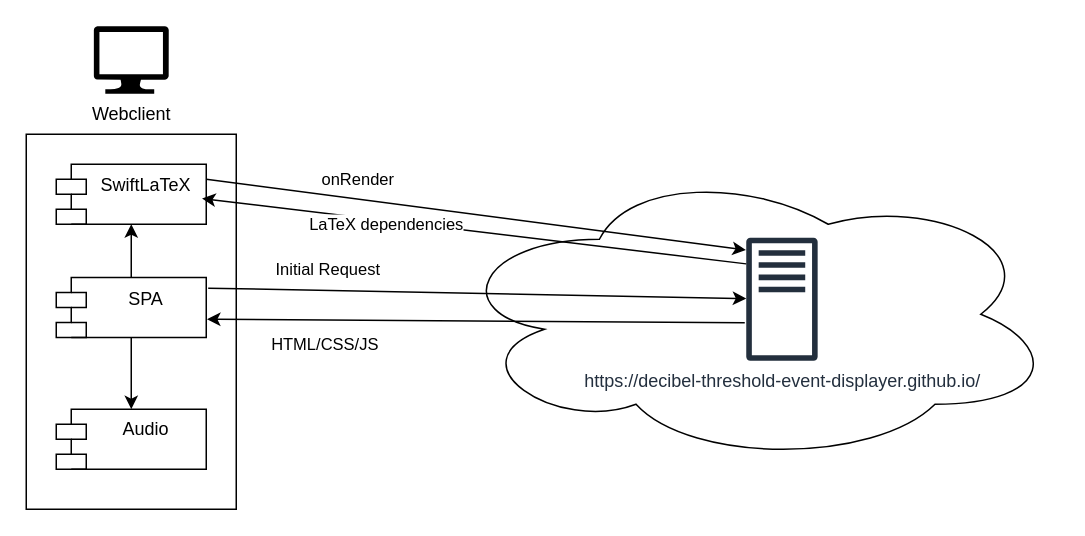
Above: doc/assets/high_level_architecturedrawio.drawio in decibel-threshold-event-displayer/decibel-threshold-event-displayer (draw.io), before the change. Source tidied: cells renumbered, new cells numbered last; positions are measured from the earlier drawing's top-left corner, leaving out a move shared by most shapes. Both pictures are drawn from the tidied source at 150%, with x=0, y=0 at pixel (26, 26).
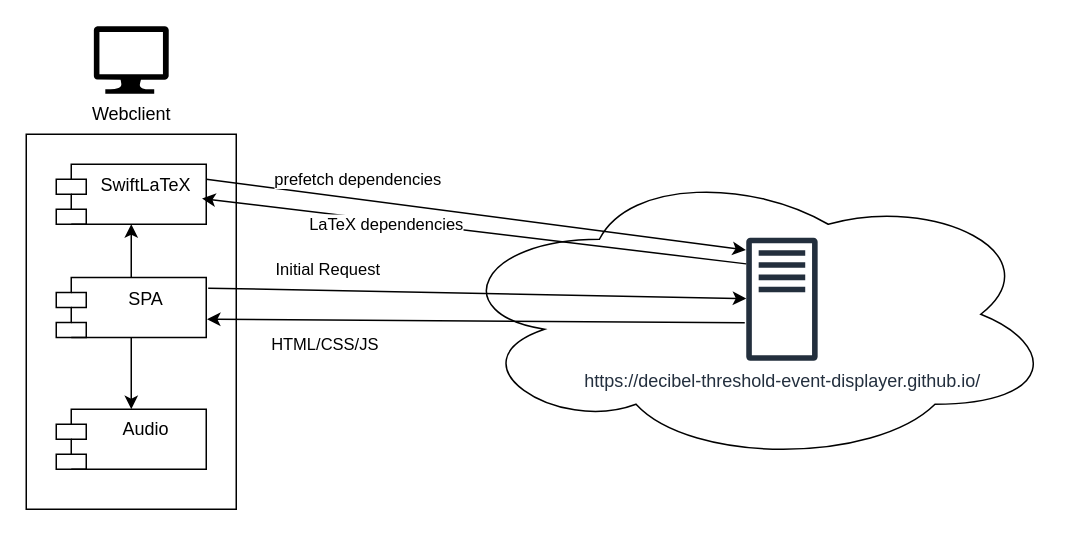
The same diagram, later.

The edit, as a diff of the source:
```diff
@@
 <mxGraphModel>
   <root>
     <mxCell id="0" />
     <mxCell id="1" parent="0" />
     <mxCell id="2" style="group;" parent="1" vertex="1">
       <mxGeometry y="42" width="140" height="280" as="geometry" />
     </mxCell>
     <mxCell id="3" style="rounded=0;whiteSpace=wrap;html=1;" parent="2" vertex="1">
       <mxGeometry y="30" width="140" height="250" as="geometry" />
     </mxCell>
     <mxCell id="4" value="SwiftLaTeX" style="shape=module;align=left;spacingLeft=20;align=center;verticalAlign=top;whiteSpace=wrap;html=1;" parent="2" vertex="1">
       <mxGeometry x="20" y="50" width="100" height="40" as="geometry" />
     </mxCell>
     <mxCell id="5" style="edgeStyle=orthogonalEdgeStyle;rounded=0;jettySize=auto;html=1;" parent="2" edge="1" source="7" target="4">
       <mxGeometry relative="1" as="geometry" />
     </mxCell>
     <mxCell id="6" style="edgeStyle=orthogonalEdgeStyle;rounded=0;jettySize=auto;html=1;" parent="2" edge="1" source="7" target="8">
       <mxGeometry relative="1" as="geometry" />
     </mxCell>
     <mxCell id="7" value="SPA" style="shape=module;align=left;spacingLeft=20;align=center;verticalAlign=top;whiteSpace=wrap;html=1;" parent="2" vertex="1">
       <mxGeometry x="20" y="125.5" width="100" height="40" as="geometry" />
     </mxCell>
     <mxCell id="8" value="Audio" style="shape=module;align=left;spacingLeft=20;align=center;verticalAlign=top;whiteSpace=wrap;html=1;" parent="2" vertex="1">
       <mxGeometry x="20" y="213.3" width="100" height="40" as="geometry" />
     </mxCell>
     <mxCell id="9" style="ellipse;shape=cloud;whiteSpace=wrap;html=1;" parent="1" vertex="1">
       <mxGeometry x="280.4" y="92" width="406.8" height="200" as="geometry" />
     </mxCell>
     <mxCell id="10" value="Webclient" style="sketch=0;shadow=0;dashed=0;html=1;strokeColor=none;labelPosition=center;verticalLabelPosition=bottom;verticalAlign=top;align=center;fillColor=light-dark(#000000, #bfd3ff);shape=mxgraph.azure.computer;" parent="1" vertex="1">
       <mxGeometry x="45" width="50" height="45" as="geometry" />
     </mxCell>
     <mxCell id="11" value="Initial Request" style="endArrow=classic;html=1;rounded=0;exitX=1.013;exitY=0.178;exitDx=0;exitDy=0;exitPerimeter=0;" parent="1" edge="1" source="7" target="13">
       <mxGeometry x="-0.56" y="14" relative="1" as="geometry" />
     </mxCell>
     <mxCell id="12" value="HTML/CSS/JS" style="endArrow=classic;html=1;rounded=0;exitX=-0.021;exitY=0.691;exitDx=0;exitDy=0;exitPerimeter=0;entryX=1.005;entryY=0.695;entryDx=0;entryDy=0;entryPerimeter=0;" parent="1" edge="1" source="13" target="7">
       <mxGeometry x="0.56" y="16" relative="1" as="geometry" />
     </mxCell>
     <mxCell id="13" value="https://decibel-threshold-event-displayer.github.io/" style="sketch=0;outlineConnect=0;fontColor=#232F3E;gradientColor=none;fillColor=#232F3D;strokeColor=none;dashed=0;verticalLabelPosition=bottom;verticalAlign=top;align=center;html=1;fontSize=12;fontStyle=0;shape=mxgraph.aws4.traditional_server;" parent="1" vertex="1">
       <mxGeometry x="480" y="140.7" width="47.6" height="82.6" as="geometry" />
     </mxCell>
-    <mxCell id="14" value="onRender" style="endArrow=classic;html=1;rounded=0;exitX=1;exitY=0.25;exitDx=0;exitDy=0;anchorPointDirection=0;entryX=-0.005;entryY=0.101;entryDx=0;entryDy=0;entryPerimeter=0;" parent="1" edge="1" source="4" target="13">
+    <mxCell id="14" value="prefetch dependencies" style="endArrow=classic;html=1;rounded=0;exitX=1;exitY=0.25;exitDx=0;exitDy=0;anchorPointDirection=0;entryX=-0.005;entryY=0.101;entryDx=0;entryDy=0;entryPerimeter=0;" parent="1" edge="1" source="4" target="13">
       <mxGeometry x="-0.45" y="13" relative="1" as="geometry" />
     </mxCell>
     <mxCell id="15" value="LaTeX dependencies" style="endArrow=classic;html=1;rounded=0;entryX=0.972;entryY=0.572;entryDx=0;entryDy=0;entryPerimeter=0;exitX=0;exitY=0.213;exitDx=0;exitDy=0;exitPerimeter=0;" parent="1" edge="1" source="13" target="4">
       <mxGeometry x="0.32" y="2" relative="1" as="geometry" />
     </mxCell>
   </root>
 </mxGraphModel>
```
